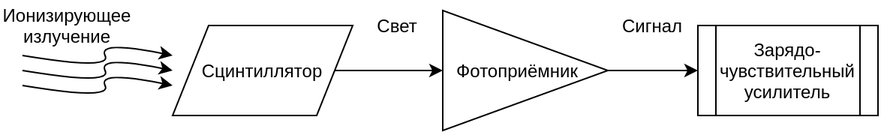
This is Report/Diploma/images/Scintillation_detector.png from gra98rus/Stand-for-Calorimeter-Crystal, a draw.io export, as it was before one commit. Source tidied: cells renumbered, new cells last; positions are measured from the earlier drawing's top-left corner, leaving out a move shared by most shapes. The source it was exported from:
```xml
<mxGraphModel>
  <root>
    <mxCell id="0" />
    <mxCell id="1" parent="0" />
    <mxCell id="2" style="edgeStyle=orthogonalEdgeStyle;rounded=0;jettySize=auto;html=1;" parent="1" edge="1" source="3" target="5">
      <mxGeometry relative="1" as="geometry" />
    </mxCell>
    <mxCell id="3" style="shape=parallelogram;perimeter=parallelogramPerimeter;whiteSpace=wrap;html=1;" parent="1" vertex="1">
      <mxGeometry x="100" y="10" width="120" height="60" as="geometry" />
    </mxCell>
    <mxCell id="4" style="edgeStyle=orthogonalEdgeStyle;rounded=0;jettySize=auto;html=1;" parent="1" edge="1" source="5" target="6">
      <mxGeometry relative="1" as="geometry" />
    </mxCell>
    <mxCell id="5" style="triangle;whiteSpace=wrap;html=1;" parent="1" vertex="1">
      <mxGeometry x="280" width="110" height="80" as="geometry" />
    </mxCell>
    <mxCell id="6" style="shape=process;whiteSpace=wrap;html=1;backgroundOutline=1;" parent="1" vertex="1">
      <mxGeometry x="450" y="10" width="120" height="60" as="geometry" />
    </mxCell>
    <mxCell id="7" value="Сцинтиллятор" style="text;html=1;strokeColor=none;fillColor=none;align=center;verticalAlign=middle;whiteSpace=wrap;rounded=0;" parent="1" vertex="1">
      <mxGeometry x="140" y="30" width="40" height="20" as="geometry" />
    </mxCell>
    <mxCell id="8" value="Фотоприёмник" style="text;html=1;strokeColor=none;fillColor=none;align=center;verticalAlign=middle;whiteSpace=wrap;rounded=0;" parent="1" vertex="1">
      <mxGeometry x="310" y="30" width="40" height="20" as="geometry" />
    </mxCell>
    <mxCell id="9" value="Зарядо-чувствительный усилитель" style="text;html=1;strokeColor=none;fillColor=none;align=center;verticalAlign=middle;whiteSpace=wrap;rounded=0;" parent="1" vertex="1">
      <mxGeometry x="490" y="30" width="40" height="20" as="geometry" />
    </mxCell>
    <mxCell id="10" style="curved=1;endArrow=classic;html=1;" parent="1" edge="1">
      <mxGeometry relative="1" as="geometry">
        <mxPoint y="30" as="sourcePoint" />
        <mxPoint x="100" y="30" as="targetPoint" />
        <Array as="points">
          <mxPoint x="60" y="40" />
          <mxPoint x="50" y="20" />
        </Array>
      </mxGeometry>
    </mxCell>
    <mxCell id="11" style="curved=1;endArrow=classic;html=1;" parent="1" edge="1">
      <mxGeometry relative="1" as="geometry">
        <mxPoint y="50" as="sourcePoint" />
        <mxPoint x="100" y="50" as="targetPoint" />
        <Array as="points">
          <mxPoint x="60" y="60" />
          <mxPoint x="50" y="40" />
        </Array>
      </mxGeometry>
    </mxCell>
    <mxCell id="12" style="curved=1;endArrow=classic;html=1;" parent="1" edge="1">
      <mxGeometry relative="1" as="geometry">
        <mxPoint y="40" as="sourcePoint" />
        <mxPoint x="100" y="40" as="targetPoint" />
        <Array as="points">
          <mxPoint x="60" y="50" />
          <mxPoint x="50" y="30" />
        </Array>
      </mxGeometry>
    </mxCell>
    <mxCell id="13" value="Ионизирующее излучение" style="text;html=1;strokeColor=none;fillColor=none;align=center;verticalAlign=middle;whiteSpace=wrap;rounded=0;" parent="1" vertex="1">
      <mxGeometry x="10" width="40" height="20" as="geometry" />
    </mxCell>
    <mxCell id="14" value="Свет" style="text;html=1;strokeColor=none;fillColor=none;align=center;verticalAlign=middle;whiteSpace=wrap;rounded=0;" parent="1" vertex="1">
      <mxGeometry x="230" width="40" height="20" as="geometry" />
    </mxCell>
    <mxCell id="15" value="Сигнал" style="text;html=1;strokeColor=none;fillColor=none;align=center;verticalAlign=middle;whiteSpace=wrap;rounded=0;" parent="1" vertex="1">
      <mxGeometry x="400" width="40" height="20" as="geometry" />
    </mxCell>
  </root>
</mxGraphModel>
```
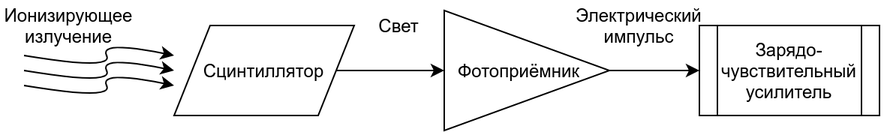
After the commit.

Change to the diagram source:
```diff
@@ -62,8 +62,8 @@
     <mxCell id="14" value="Свет" style="text;html=1;strokeColor=none;fillColor=none;align=center;verticalAlign=middle;whiteSpace=wrap;rounded=0;" parent="1" vertex="1">
       <mxGeometry x="230" width="40" height="20" as="geometry" />
     </mxCell>
-    <mxCell id="15" value="Сигнал" style="text;html=1;strokeColor=none;fillColor=none;align=center;verticalAlign=middle;whiteSpace=wrap;rounded=0;" parent="1" vertex="1">
-      <mxGeometry x="400" width="40" height="20" as="geometry" />
+    <mxCell id="15" value="Электрический импульс" style="text;html=1;strokeColor=none;fillColor=none;align=center;verticalAlign=middle;whiteSpace=wrap;rounded=0;" parent="1" vertex="1">
+      <mxGeometry x="390" width="40" height="20" as="geometry" />
     </mxCell>
   </root>
 </mxGraphModel>
```
